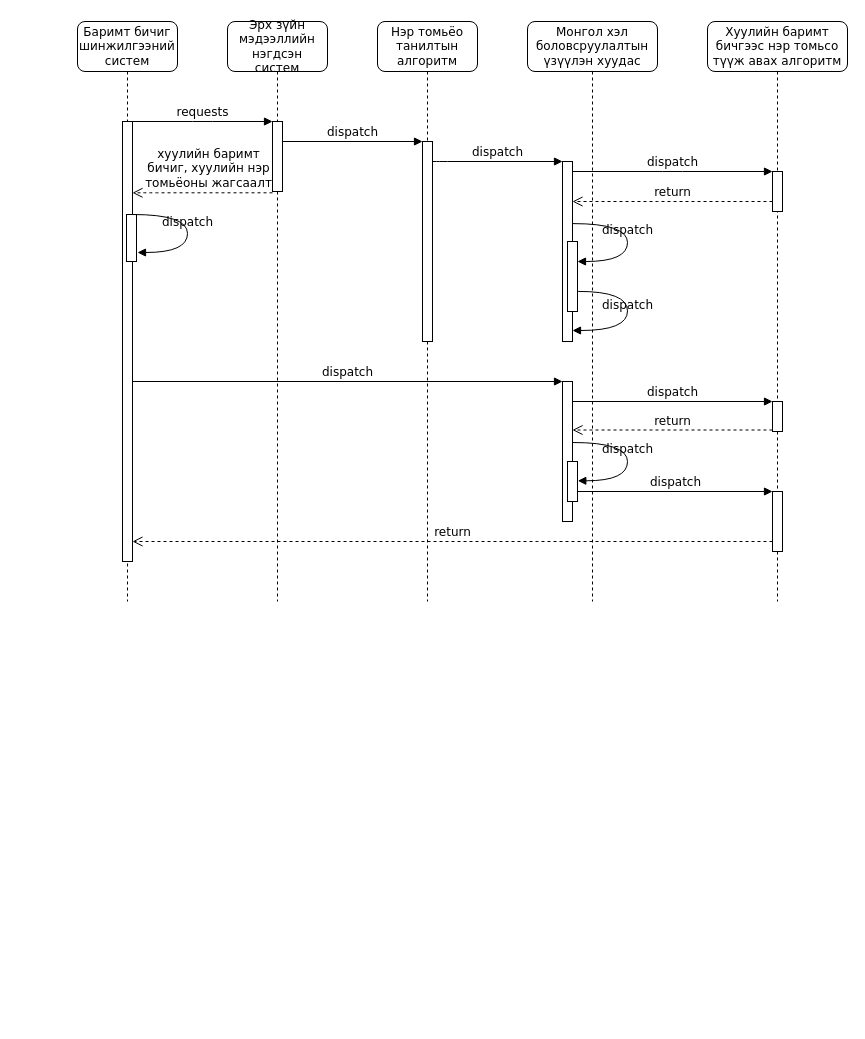
This is page "Page-1" (1 of 2) of sequence/seq-diagram.drawio from Bagabandi152/diagrams.net, a draw.io file, before an edit. Source tidied: cells renumbered, new cells numbered last; positions are measured from the earlier drawing's top-left corner, leaving out a move shared by most shapes. Both pictures are drawn from the tidied source at 100%, with x=0, y=0 at pixel (77, 21).
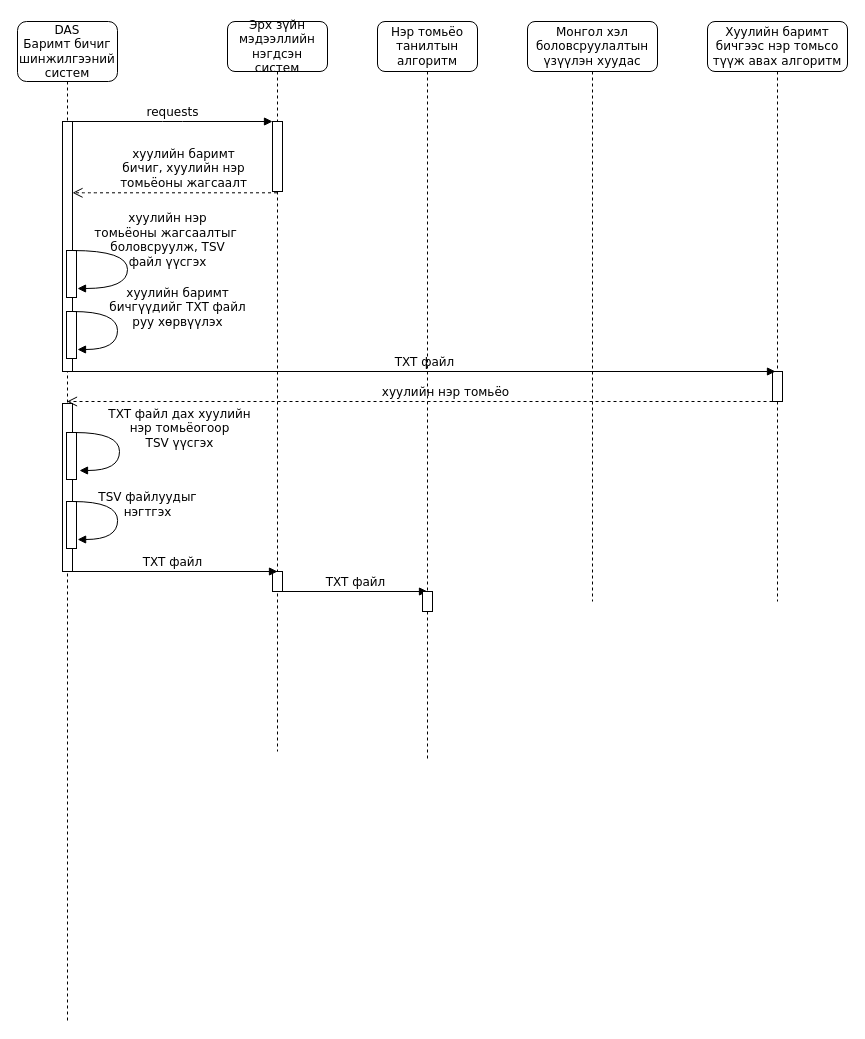
Above is the later version.

The change refers to these unchanged cells:
```xml
<mxCell id="3" style="html=1;points=[];perimeter=orthogonalPerimeter;rounded=0;shadow=0;comic=0;labelBackgroundColor=none;strokeWidth=1;fontFamily=Verdana;fontSize=12;align=center;" parent="2" vertex="1">
  <mxGeometry x="45" y="100" width="10" height="70" as="geometry" />
</mxCell>
<mxCell id="7" value="Хуулийн баримт бичгээс нэр томьсо түүж авах алгоритм" style="shape=umlLifeline;perimeter=lifelinePerimeter;whiteSpace=wrap;html=1;rounded=1;shadow=0;comic=0;labelBackgroundColor=none;strokeWidth=1;fontFamily=Verdana;fontSize=12;align=center;size=50;" parent="1" vertex="1">
  <mxGeometry x="630" width="140" height="580" as="geometry" />
</mxCell>
```

Diff of the diagram source:
```diff
@@
     <mxCell id="2" value="Эрх зүйн мэдээллийн нэгдсэн систем" style="shape=umlLifeline;perimeter=lifelinePerimeter;whiteSpace=wrap;html=1;outlineConnect=0;rounded=1;shadow=0;comic=0;labelBackgroundColor=none;strokeWidth=1;fontFamily=Verdana;fontSize=12;align=center;size=50;" parent="1" vertex="1">
-      <mxGeometry x="150" width="100" height="580" as="geometry" />
+      <mxGeometry x="150" width="100" height="730" as="geometry" />
     </mxCell>
@@
+    <mxCell id="33" style="html=1;perimeter=orthogonalPerimeter;rounded=0;shadow=0;comic=0;labelBackgroundColor=none;strokeWidth=1;fontFamily=Verdana;fontSize=12;align=center;" parent="2" vertex="1">
+      <mxGeometry x="45" y="550" width="10" height="20" as="geometry" />
+    </mxCell>
     <mxCell id="4" value="Нэр томьёо танилтын алгоритм" style="shape=umlLifeline;perimeter=lifelinePerimeter;whiteSpace=wrap;html=1;rounded=1;shadow=0;comic=0;labelBackgroundColor=none;strokeWidth=1;fontFamily=Verdana;fontSize=12;align=center;size=50;" parent="1" vertex="1">
-      <mxGeometry x="300" width="100" height="580" as="geometry" />
+      <mxGeometry x="300" width="100" height="740" as="geometry" />
     </mxCell>
-    <mxCell id="5" style="html=1;points=[];perimeter=orthogonalPerimeter;rounded=0;shadow=0;comic=0;labelBackgroundColor=none;strokeWidth=1;fontFamily=Verdana;fontSize=12;align=center;" parent="4" vertex="1">
-      <mxGeometry x="45" y="120" width="10" height="200" as="geometry" />
-    </mxCell>
+    <mxCell id="34" value="TXT файл" style="html=1;verticalAlign=bottom;endArrow=block;labelBackgroundColor=none;fontFamily=Verdana;fontSize=12;" parent="4" edge="1">
+      <mxGeometry relative="1" as="geometry">
+        <mxPoint x="-95" y="570" as="sourcePoint" />
+        <mxPoint x="50" y="570" as="targetPoint" />
+      </mxGeometry>
+    </mxCell>
+    <mxCell id="35" style="html=1;perimeter=orthogonalPerimeter;rounded=0;shadow=0;comic=0;labelBackgroundColor=none;strokeWidth=1;fontFamily=Verdana;fontSize=12;align=center;" parent="4" vertex="1">
+      <mxGeometry x="45" y="570" width="10" height="20" as="geometry" />
+    </mxCell>
@@
-    <mxCell id="8" style="html=1;points=[];perimeter=orthogonalPerimeter;rounded=0;shadow=0;comic=0;labelBackgroundColor=none;strokeWidth=1;fontFamily=Verdana;fontSize=12;align=center;" parent="7" vertex="1">
-      <mxGeometry x="65" y="150" width="10" height="40" as="geometry" />
-    </mxCell>
-    <mxCell id="9" style="html=1;points=[];perimeter=orthogonalPerimeter;rounded=0;shadow=0;comic=0;labelBackgroundColor=none;strokeColor=#000000;strokeWidth=1;fillColor=#FFFFFF;fontFamily=Verdana;fontSize=12;fontColor=#000000;align=center;" parent="7" vertex="1">
-      <mxGeometry x="65" y="380" width="10" height="30" as="geometry" />
-    </mxCell>
     <mxCell id="10" style="html=1;points=[];perimeter=orthogonalPerimeter;rounded=0;shadow=0;comic=0;labelBackgroundColor=none;strokeWidth=1;fontFamily=Verdana;fontSize=12;align=center;" parent="7" vertex="1">
-      <mxGeometry x="65" y="470" width="10" height="60" as="geometry" />
+      <mxGeometry x="65" y="350" width="10" height="30" as="geometry" />
     </mxCell>
+    <mxCell id="36" value="хуулийн нэр томьёо" style="html=1;verticalAlign=bottom;endArrow=open;dashed=1;endSize=8;labelBackgroundColor=none;fontFamily=Verdana;fontSize=12;edgeStyle=elbowEdgeStyle;elbow=vertical;" parent="7" edge="1" target="11">
+      <mxGeometry x="-0.07" relative="1" as="geometry">
+        <mxPoint x="65" y="380" as="sourcePoint" />
+        <mxPoint x="1" as="offset" />
+      </mxGeometry>
+    </mxCell>
-    <mxCell id="11" value="Баримт бичиг шинжилгээний&lt;br&gt;систем" style="shape=umlLifeline;perimeter=lifelinePerimeter;whiteSpace=wrap;html=1;outlineConnect=0;rounded=1;shadow=0;comic=0;labelBackgroundColor=none;strokeWidth=1;fontFamily=Verdana;fontSize=12;align=center;size=50;" parent="1" vertex="1">
-      <mxGeometry width="100" height="580" as="geometry" />
+    <mxCell id="11" value="DAS&lt;br&gt;Баримт бичиг шинжилгээний&lt;br&gt;систем" style="shape=umlLifeline;perimeter=lifelinePerimeter;whiteSpace=wrap;html=1;outlineConnect=0;rounded=1;shadow=0;comic=0;labelBackgroundColor=none;strokeWidth=1;fontFamily=Verdana;fontSize=12;align=center;size=60;" parent="1" vertex="1">
+      <mxGeometry x="-60" width="100" height="1000" as="geometry" />
     </mxCell>
     <mxCell id="12" style="html=1;points=[];perimeter=orthogonalPerimeter;rounded=0;shadow=0;comic=0;labelBackgroundColor=none;strokeWidth=1;fontFamily=Verdana;fontSize=12;align=center;" parent="11" vertex="1">
-      <mxGeometry x="45" y="100" width="10" height="440" as="geometry" />
+      <mxGeometry x="45" y="100" width="10" height="250" as="geometry" />
     </mxCell>
-    <mxCell id="13" value="хуулийн баримт &lt;br&gt;бичиг, хуулийн нэр&lt;br&gt;томьёоны жагсаалт" style="html=1;verticalAlign=bottom;endArrow=open;dashed=1;endSize=8;labelBackgroundColor=none;fontFamily=Verdana;fontSize=12;edgeStyle=elbowEdgeStyle;elbow=vertical;" parent="11" edge="1">
+    <mxCell id="13" value="хуулийн баримт &lt;br&gt;бичиг, хуулийн нэр&lt;br&gt;томьёоны жагсаалт" style="html=1;verticalAlign=bottom;endArrow=open;dashed=1;endSize=8;labelBackgroundColor=none;fontFamily=Verdana;fontSize=12;edgeStyle=elbowEdgeStyle;elbow=vertical;" parent="11" edge="1" source="2">
       <mxGeometry x="-0.07" relative="1" as="geometry">
-        <mxPoint x="195" y="171.3" as="sourcePoint" />
         <mxPoint x="55" y="171.3" as="targetPoint" />
         <Array as="points">
           <mxPoint x="70" y="171.3" />
           <mxPoint x="100" y="171.3" />
         </Array>
         <mxPoint x="1" as="offset" />
       </mxGeometry>
     </mxCell>
     <mxCell id="14" style="html=1;perimeter=orthogonalPerimeter;rounded=0;shadow=0;comic=0;labelBackgroundColor=none;strokeWidth=1;fontFamily=Verdana;fontSize=12;align=center;" parent="11" vertex="1">
-      <mxGeometry x="49" y="193" width="10" height="47" as="geometry" />
+      <mxGeometry x="49" y="229" width="10" height="47" as="geometry" />
     </mxCell>
-    <mxCell id="15" value="dispatch" style="html=1;verticalAlign=bottom;endArrow=block;labelBackgroundColor=none;fontFamily=Verdana;fontSize=12;elbow=vertical;edgeStyle=orthogonalEdgeStyle;curved=1;entryX=1;entryY=0.286;entryPerimeter=0;exitX=1.038;exitY=0.345;exitPerimeter=0;" parent="11" edge="1">
-      <mxGeometry relative="1" as="geometry">
-        <mxPoint x="55" y="193" as="sourcePoint" />
-        <mxPoint x="60" y="231" as="targetPoint" />
+    <mxCell id="15" value="хуулийн нэр &lt;br&gt;томьёоны жагсаалтыг&amp;nbsp;&lt;br&gt;боловсруулж, TSV&lt;br&gt;файл үүсгэх" style="html=1;verticalAlign=bottom;endArrow=block;labelBackgroundColor=none;fontFamily=Verdana;fontSize=12;elbow=vertical;edgeStyle=orthogonalEdgeStyle;curved=1;entryX=1;entryY=0.286;entryPerimeter=0;exitX=1.038;exitY=0.345;exitPerimeter=0;" parent="11" edge="1">
+      <mxGeometry x="0.06" y="40" relative="1" as="geometry">
+        <mxPoint x="55" y="229" as="sourcePoint" />
+        <mxPoint x="60" y="267" as="targetPoint" />
         <Array as="points">
-          <mxPoint x="110" y="193" />
-          <mxPoint x="110" y="231" />
+          <mxPoint x="110" y="229" />
+          <mxPoint x="110" y="267" />
         </Array>
       </mxGeometry>
     </mxCell>
-    <mxCell id="16" style="html=1;points=[];perimeter=orthogonalPerimeter;rounded=0;shadow=0;comic=0;labelBackgroundColor=none;strokeWidth=1;fontFamily=Verdana;fontSize=12;align=center;" parent="1" vertex="1">
-      <mxGeometry x="485" y="140" width="10" height="180" as="geometry" />
-    </mxCell>
-    <mxCell id="17" value="dispatch" style="html=1;verticalAlign=bottom;endArrow=block;labelBackgroundColor=none;fontFamily=Verdana;fontSize=12;edgeStyle=elbowEdgeStyle;elbow=vertical;" parent="1" edge="1" source="5" target="16">
-      <mxGeometry relative="1" as="geometry">
-        <Array as="points">
-          <mxPoint x="360" y="140" />
-        </Array>
-      </mxGeometry>
-    </mxCell>
-    <mxCell id="18" value="dispatch" style="html=1;verticalAlign=bottom;endArrow=block;entryX=0;entryY=0;labelBackgroundColor=none;fontFamily=Verdana;fontSize=12;edgeStyle=elbowEdgeStyle;elbow=vertical;" parent="1" edge="1" source="16" target="8">
-      <mxGeometry relative="1" as="geometry" />
-    </mxCell>
-    <mxCell id="19" value="return" style="html=1;verticalAlign=bottom;endArrow=open;dashed=1;endSize=8;labelBackgroundColor=none;fontFamily=Verdana;fontSize=12;edgeStyle=elbowEdgeStyle;elbow=vertical;" parent="1" edge="1" source="8" target="16">
-      <mxGeometry relative="1" as="geometry">
-        <Array as="points">
-          <mxPoint x="570" y="180" />
-          <mxPoint x="600" y="180" />
-        </Array>
-      </mxGeometry>
-    </mxCell>
-    <mxCell id="20" style="html=1;points=[];perimeter=orthogonalPerimeter;rounded=0;shadow=0;comic=0;labelBackgroundColor=none;strokeWidth=1;fontFamily=Verdana;fontSize=12;align=center;" parent="1" vertex="1">
-      <mxGeometry x="485" y="360" width="10" height="140" as="geometry" />
-    </mxCell>
+    <mxCell id="37" style="html=1;perimeter=orthogonalPerimeter;rounded=0;shadow=0;comic=0;labelBackgroundColor=none;strokeWidth=1;fontFamily=Verdana;fontSize=12;align=center;" parent="11" vertex="1">
+      <mxGeometry x="49" y="290" width="10" height="47" as="geometry" />
+    </mxCell>
+    <mxCell id="38" value="хуулийн баримт&lt;br&gt;бичгүүдийг TXT файл &lt;br&gt;руу хөрвүүлэх" style="html=1;verticalAlign=bottom;endArrow=block;labelBackgroundColor=none;fontFamily=Verdana;fontSize=12;elbow=vertical;edgeStyle=orthogonalEdgeStyle;curved=1;entryX=1;entryY=0.286;entryPerimeter=0;exitX=1.038;exitY=0.345;exitPerimeter=0;" parent="11" edge="1">
+      <mxGeometry x="0.06" y="60" relative="1" as="geometry">
+        <mxPoint x="55" y="290" as="sourcePoint" />
+        <mxPoint x="60" y="328" as="targetPoint" />
+        <Array as="points">
+          <mxPoint x="100" y="290" />
+          <mxPoint x="100" y="328" />
+        </Array>
+      </mxGeometry>
+    </mxCell>
+    <mxCell id="39" style="html=1;perimeter=orthogonalPerimeter;rounded=0;shadow=0;comic=0;labelBackgroundColor=none;strokeWidth=1;fontFamily=Verdana;fontSize=12;align=center;" parent="11" vertex="1">
+      <mxGeometry x="45" y="382" width="10" height="168" as="geometry" />
+    </mxCell>
+    <mxCell id="40" style="html=1;perimeter=orthogonalPerimeter;rounded=0;shadow=0;comic=0;labelBackgroundColor=none;strokeWidth=1;fontFamily=Verdana;fontSize=12;align=center;" parent="11" vertex="1">
+      <mxGeometry x="49" y="411" width="10" height="47" as="geometry" />
+    </mxCell>
+    <mxCell id="41" value="TXT файл дах хуулийн&lt;br&gt;нэр томьёогоор&lt;br&gt;TSV үүсгэх" style="html=1;verticalAlign=bottom;endArrow=block;labelBackgroundColor=none;fontFamily=Verdana;fontSize=12;elbow=vertical;edgeStyle=orthogonalEdgeStyle;curved=1;entryX=1;entryY=0.286;entryPerimeter=0;exitX=1.038;exitY=0.345;exitPerimeter=0;" parent="11" edge="1">
+      <mxGeometry x="0.06" y="60" relative="1" as="geometry">
+        <mxPoint x="57" y="411" as="sourcePoint" />
+        <mxPoint x="62" y="449" as="targetPoint" />
+        <Array as="points">
+          <mxPoint x="102" y="411" />
+          <mxPoint x="102" y="449" />
+        </Array>
+      </mxGeometry>
+    </mxCell>
+    <mxCell id="42" style="html=1;perimeter=orthogonalPerimeter;rounded=0;shadow=0;comic=0;labelBackgroundColor=none;strokeWidth=1;fontFamily=Verdana;fontSize=12;align=center;" parent="11" vertex="1">
+      <mxGeometry x="49" y="480" width="10" height="47" as="geometry" />
+    </mxCell>
+    <mxCell id="43" value="TSV файлуудыг&lt;br&gt;нэгтгэх" style="html=1;verticalAlign=bottom;endArrow=block;labelBackgroundColor=none;fontFamily=Verdana;fontSize=12;elbow=vertical;edgeStyle=orthogonalEdgeStyle;curved=1;entryX=1;entryY=0.286;entryPerimeter=0;exitX=1.038;exitY=0.345;exitPerimeter=0;" parent="11" edge="1">
+      <mxGeometry x="0.06" y="30" relative="1" as="geometry">
+        <mxPoint x="55.1" y="480" as="sourcePoint" />
+        <mxPoint x="60.1" y="518" as="targetPoint" />
+        <Array as="points">
+          <mxPoint x="100.1" y="480" />
+          <mxPoint x="100.1" y="518" />
+        </Array>
+      </mxGeometry>
+    </mxCell>
-    <mxCell id="21" value="dispatch" style="html=1;verticalAlign=bottom;endArrow=block;entryX=0;entryY=0;labelBackgroundColor=none;fontFamily=Verdana;fontSize=12;" parent="1" edge="1" source="12" target="20">
+    <mxCell id="21" value="TXT файл" style="html=1;verticalAlign=bottom;endArrow=block;entryX=0.3;entryY=0;labelBackgroundColor=none;fontFamily=Verdana;fontSize=12;entryDx=0;entryDy=0;entryPerimeter=0;" parent="1" edge="1" source="12" target="10">
       <mxGeometry relative="1" as="geometry" />
     </mxCell>
-    <mxCell id="22" value="dispatch" style="html=1;verticalAlign=bottom;endArrow=block;entryX=0;entryY=0;labelBackgroundColor=none;fontFamily=Verdana;fontSize=12;" parent="1" edge="1" source="20" target="9">
-      <mxGeometry relative="1" as="geometry" />
-    </mxCell>
-    <mxCell id="23" value="return" style="html=1;verticalAlign=bottom;endArrow=open;dashed=1;endSize=8;exitX=0;exitY=0.95;labelBackgroundColor=none;fontFamily=Verdana;fontSize=12;" parent="1" edge="1" source="9" target="20">
-      <mxGeometry relative="1" as="geometry" />
-    </mxCell>
-    <mxCell id="24" value="dispatch" style="html=1;verticalAlign=bottom;endArrow=block;entryX=0;entryY=0;labelBackgroundColor=none;fontFamily=Verdana;fontSize=12;edgeStyle=elbowEdgeStyle;elbow=vertical;" parent="1" edge="1" source="31" target="10">
-      <mxGeometry relative="1" as="geometry" />
-    </mxCell>
-    <mxCell id="25" value="return" style="html=1;verticalAlign=bottom;endArrow=open;dashed=1;endSize=8;labelBackgroundColor=none;fontFamily=Verdana;fontSize=12;edgeStyle=elbowEdgeStyle;elbow=vertical;" parent="1" edge="1" source="10" target="12">
-      <mxGeometry relative="1" as="geometry">
-        <Array as="points">
-          <mxPoint x="470" y="520" />
-        </Array>
-      </mxGeometry>
-    </mxCell>
@@
-    <mxCell id="27" value="dispatch" style="html=1;verticalAlign=bottom;endArrow=block;entryX=0;entryY=0;labelBackgroundColor=none;fontFamily=Verdana;fontSize=12;edgeStyle=elbowEdgeStyle;elbow=vertical;" parent="1" edge="1" source="3" target="5">
-      <mxGeometry relative="1" as="geometry" />
-    </mxCell>
-    <mxCell id="28" style="html=1;points=[];perimeter=orthogonalPerimeter;rounded=0;shadow=0;comic=0;labelBackgroundColor=none;strokeWidth=1;fontFamily=Verdana;fontSize=12;align=center;" parent="1" vertex="1">
-      <mxGeometry x="490" y="220" width="10" height="70" as="geometry" />
-    </mxCell>
-    <mxCell id="29" value="dispatch" style="html=1;verticalAlign=bottom;endArrow=block;labelBackgroundColor=none;fontFamily=Verdana;fontSize=12;elbow=vertical;edgeStyle=orthogonalEdgeStyle;curved=1;entryX=1;entryY=0.286;entryPerimeter=0;exitX=1.038;exitY=0.345;exitPerimeter=0;" parent="1" edge="1" source="16" target="28">
-      <mxGeometry relative="1" as="geometry">
-        <Array as="points">
-          <mxPoint x="550" y="202" />
-          <mxPoint x="550" y="240" />
-        </Array>
-      </mxGeometry>
-    </mxCell>
-    <mxCell id="30" value="dispatch" style="html=1;verticalAlign=bottom;endArrow=block;labelBackgroundColor=none;fontFamily=Verdana;fontSize=12;elbow=vertical;edgeStyle=orthogonalEdgeStyle;curved=1;exitX=1.066;exitY=0.713;exitPerimeter=0;" parent="1" edge="1" source="28">
-      <mxGeometry relative="1" as="geometry">
-        <mxPoint x="495" y="309" as="targetPoint" />
-        <Array as="points">
-          <mxPoint x="550" y="270" />
-          <mxPoint x="550" y="309" />
-        </Array>
-      </mxGeometry>
-    </mxCell>
-    <mxCell id="31" style="html=1;points=[];perimeter=orthogonalPerimeter;rounded=0;shadow=0;comic=0;labelBackgroundColor=none;strokeWidth=1;fontFamily=Verdana;fontSize=12;align=center;" parent="1" vertex="1">
-      <mxGeometry x="490" y="440" width="10" height="40" as="geometry" />
-    </mxCell>
-    <mxCell id="32" value="dispatch" style="html=1;verticalAlign=bottom;endArrow=block;labelBackgroundColor=none;fontFamily=Verdana;fontSize=12;elbow=vertical;edgeStyle=orthogonalEdgeStyle;curved=1;entryX=1;entryY=0.286;entryPerimeter=0;exitX=1.038;exitY=0.345;exitPerimeter=0;" parent="1" edge="1">
-      <mxGeometry relative="1" as="geometry">
-        <mxPoint x="495.3" y="421" as="sourcePoint" />
-        <mxPoint x="500.3" y="459.3" as="targetPoint" />
-        <Array as="points">
-          <mxPoint x="550" y="421" />
-          <mxPoint x="550" y="459" />
-        </Array>
-      </mxGeometry>
-    </mxCell>
+    <mxCell id="44" value="TXT файл" style="html=1;verticalAlign=bottom;endArrow=block;labelBackgroundColor=none;fontFamily=Verdana;fontSize=12;" parent="1" edge="1">
+      <mxGeometry relative="1" as="geometry">
+        <mxPoint x="-10" y="550" as="sourcePoint" />
+        <mxPoint x="200" y="550" as="targetPoint" />
+      </mxGeometry>
+    </mxCell>
```
